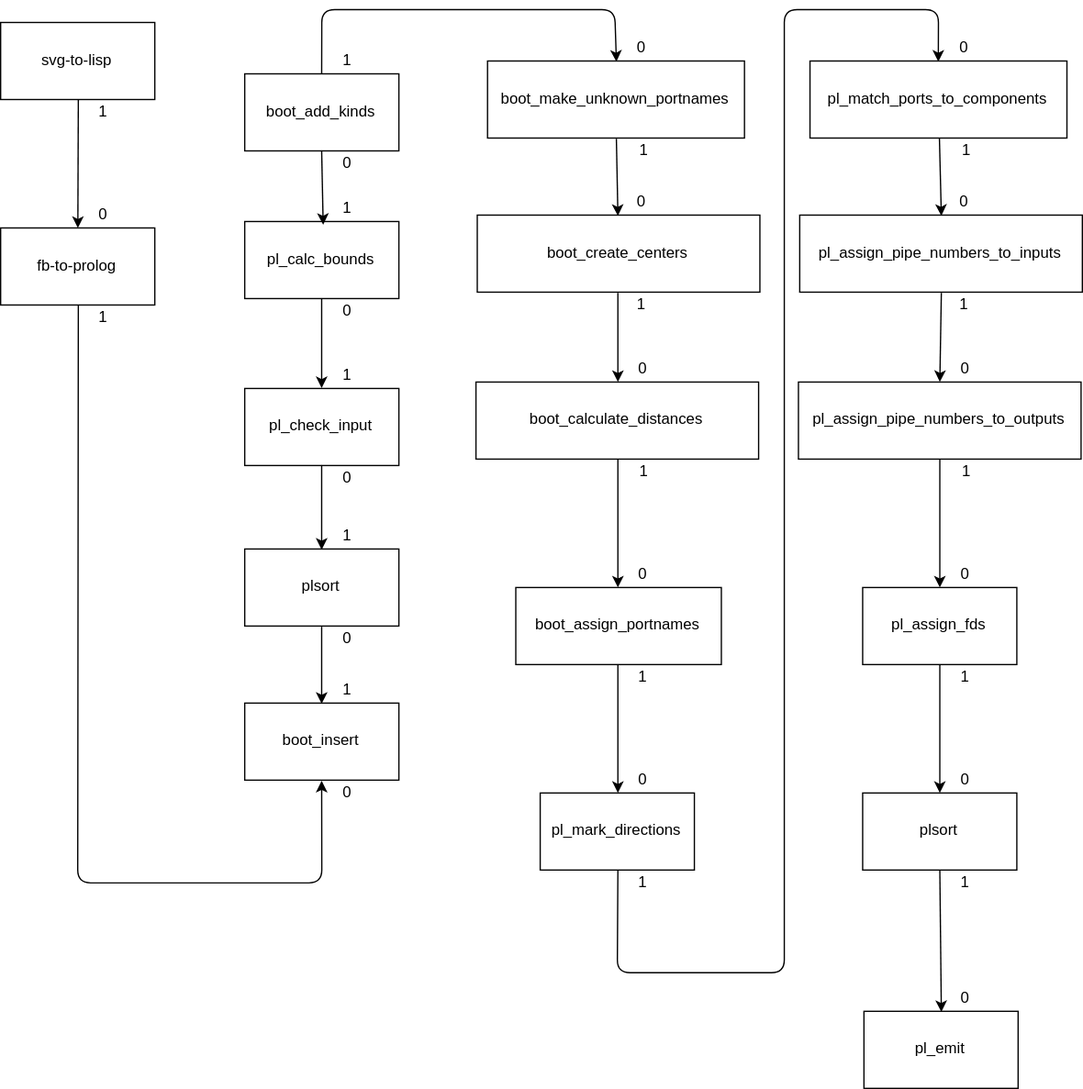
Before: svg/svg_compiler.svg, a diagram exported from draw.io (bmfbp/bmfbp). Source tidied: cells renumbered, new cells last; positions are measured from the earlier drawing's top-left corner, leaving out a move shared by most shapes.
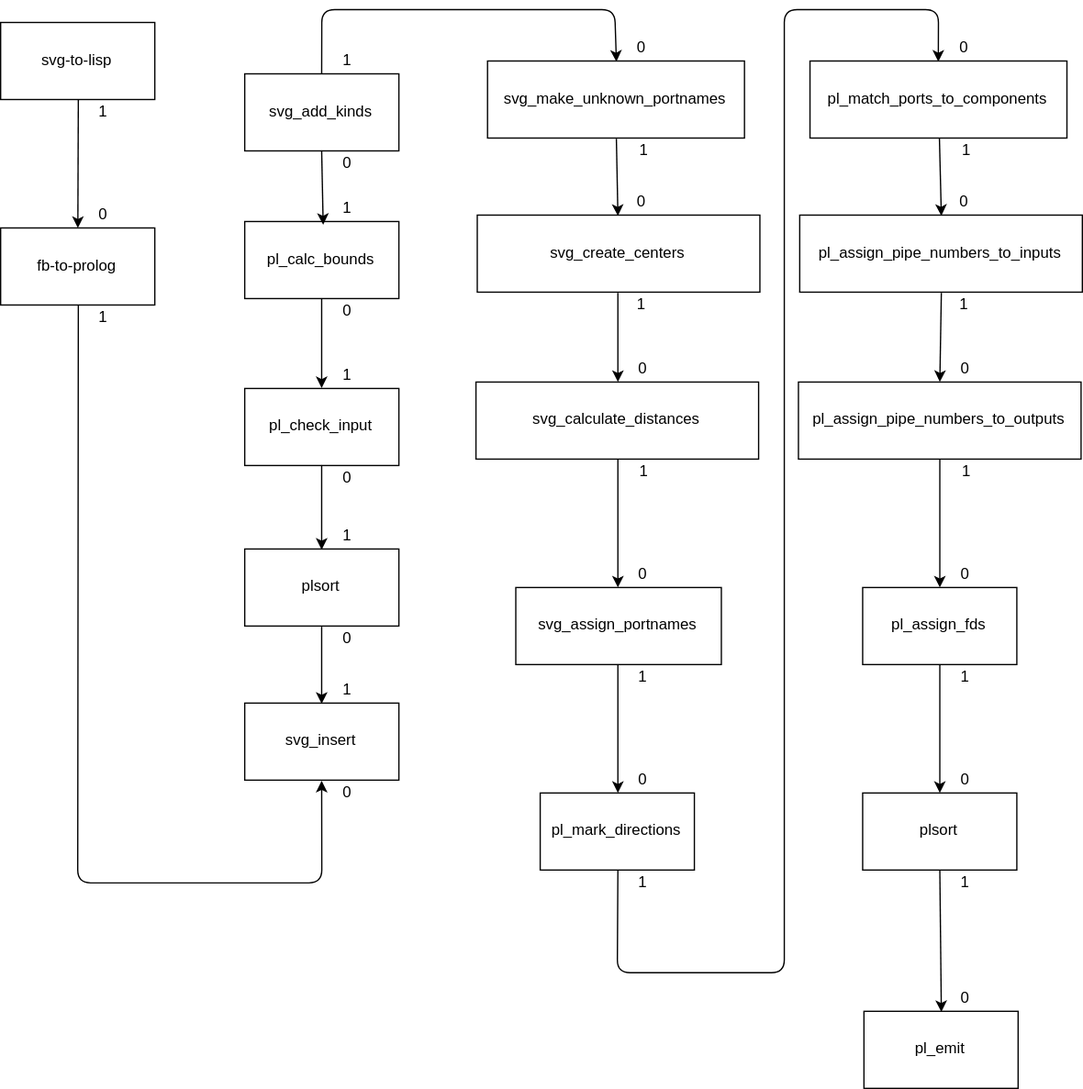
Later version of the same file.

Commit message:
changed boot_ to svg_ in diagram

Change to the diagram source:
```diff
@@ -8,19 +8,19 @@
     <mxCell id="3" value="pl_calc_bounds" style="rounded=0;" parent="1" vertex="1">
       <mxGeometry x="190" y="165" width="120" height="60" as="geometry" />
     </mxCell>
-    <mxCell id="4" value="boot_insert" style="rounded=0;" parent="1" vertex="1">
+    <mxCell id="4" value="svg_insert" style="rounded=0;" parent="1" vertex="1">
       <mxGeometry x="190" y="540" width="120" height="60" as="geometry" />
     </mxCell>
-    <mxCell id="5" value="boot_make_unknown_portnames" style="rounded=0;" parent="1" vertex="1">
+    <mxCell id="5" value="svg_make_unknown_portnames" style="rounded=0;" parent="1" vertex="1">
       <mxGeometry x="379" y="40" width="200" height="60" as="geometry" />
     </mxCell>
-    <mxCell id="6" value="boot_create_centers" style="rounded=0;" parent="1" vertex="1">
+    <mxCell id="6" value="svg_create_centers" style="rounded=0;" parent="1" vertex="1">
       <mxGeometry x="371" y="160" width="220" height="60" as="geometry" />
     </mxCell>
-    <mxCell id="7" value="boot_calculate_distances" style="rounded=0;" parent="1" vertex="1">
+    <mxCell id="7" value="svg_calculate_distances" style="rounded=0;" parent="1" vertex="1">
       <mxGeometry x="370" y="290" width="220" height="60" as="geometry" />
     </mxCell>
-    <mxCell id="8" value="boot_assign_portnames" style="rounded=0;" parent="1" vertex="1">
+    <mxCell id="8" value="svg_assign_portnames" style="rounded=0;" parent="1" vertex="1">
       <mxGeometry x="401" y="450" width="160" height="60" as="geometry" />
     </mxCell>
     <mxCell id="9" value="pl_mark_directions" style="rounded=0;" parent="1" vertex="1">
@@ -110,7 +110,7 @@
     <mxCell id="37" value="fb-to-prolog" style="rounded=0;" parent="1" vertex="1">
       <mxGeometry y="170" width="120" height="60" as="geometry" />
     </mxCell>
-    <mxCell id="38" value="boot_add_kinds" style="rounded=0;" parent="1" vertex="1">
+    <mxCell id="38" value="svg_add_kinds" style="rounded=0;" parent="1" vertex="1">
       <mxGeometry x="190" y="50" width="120" height="60" as="geometry" />
     </mxCell>
     <mxCell id="39" value="0" style="text;strokeColor=none;fillColor=none;align=center;verticalAlign=middle;rounded=0;" parent="1" vertex="1">
```
